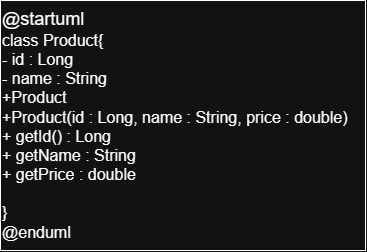
ginoja20250153-bot/products-api keeps this draw.io diagram as docs/uml/Product.png. Above is the earlier version. Source tidied: cells renumbered, new cells last; positions are measured from the earlier drawing's top-left corner, leaving out a move shared by most shapes.
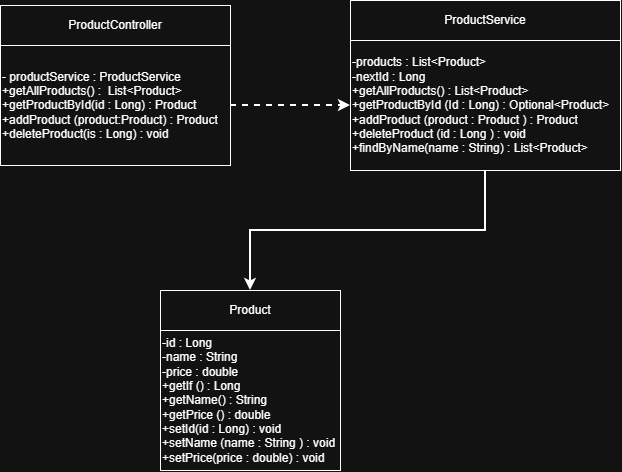
Later version of the same file.

Commit message:
ProductService with List - four CRUD endpoints working

Diff of the diagram source:
```diff
@@ -2,8 +2,32 @@
   <root>
     <mxCell id="0" />
     <mxCell id="1" parent="0" />
+    <mxCell id="3" style="edgeStyle=orthogonalEdgeStyle;rounded=0;orthogonalLoop=1;jettySize=auto;html=1;exitX=1;exitY=0.5;exitDx=0;exitDy=0;entryX=1;entryY=0.5;entryDx=0;entryDy=0;" parent="1" edge="1" source="2" target="2">
+      <mxGeometry relative="1" as="geometry" />
+    </mxCell>
+    <mxCell id="4" style="edgeStyle=orthogonalEdgeStyle;rounded=0;jettySize=auto;html=1;entryX=0;entryY=0.5;entryDx=0;entryDy=0;strokeWidth=2;dashed=1;" parent="1" edge="1" source="2" target="8">
+      <mxGeometry relative="1" as="geometry" />
+    </mxCell>
-    <mxCell id="2" value="&lt;font style=&quot;font-size: 18px;&quot;&gt;@startuml&lt;/font&gt;&lt;div&gt;&lt;font size=&quot;3&quot;&gt;class Product{&lt;/font&gt;&lt;/div&gt;&lt;div&gt;&lt;font size=&quot;3&quot;&gt;- id : Long&lt;/font&gt;&lt;/div&gt;&lt;div&gt;&lt;font size=&quot;3&quot;&gt;- name : String&lt;/font&gt;&lt;/div&gt;&lt;div&gt;&lt;font size=&quot;3&quot;&gt;+Product&lt;/font&gt;&lt;/div&gt;&lt;div&gt;&lt;font size=&quot;3&quot;&gt;+Product(id : Long, name : String, price : double)&lt;/font&gt;&lt;/div&gt;&lt;div&gt;&lt;font size=&quot;3&quot;&gt;+ getId() : Long&lt;/font&gt;&lt;/div&gt;&lt;div&gt;&lt;font size=&quot;3&quot;&gt;+ getName : String&lt;/font&gt;&lt;/div&gt;&lt;div&gt;&lt;font size=&quot;3&quot;&gt;+ getPrice : double&lt;/font&gt;&lt;/div&gt;&lt;div&gt;&lt;font size=&quot;3&quot;&gt;&lt;br&gt;&lt;/font&gt;&lt;/div&gt;&lt;div&gt;&lt;font size=&quot;3&quot;&gt;}&lt;/font&gt;&lt;/div&gt;&lt;div&gt;&lt;font size=&quot;3&quot;&gt;@enduml&lt;/font&gt;&lt;/div&gt;" style="whiteSpace=wrap;html=1;align=left;" parent="1" vertex="1">
-      <mxGeometry width="365" height="250" as="geometry" />
+    <mxCell id="2" value="- productService : ProductService&lt;div&gt;+getAllProducts() :&amp;nbsp; List&amp;lt;Product&amp;gt;&lt;/div&gt;&lt;div&gt;+getProductById(id : Long) : Product&lt;/div&gt;&lt;div&gt;+addProduct (product:Product) : Product&lt;/div&gt;&lt;div&gt;+deleteProduct(is : Long) : void&lt;/div&gt;" style="whiteSpace=wrap;html=1;align=left;" parent="1" vertex="1">
+      <mxGeometry width="230" height="120" as="geometry" />
     </mxCell>
+    <mxCell id="5" value="ProductController" style="rounded=0;whiteSpace=wrap;html=1;" parent="1" vertex="1">
+      <mxGeometry y="-40" width="230" height="40" as="geometry" />
+    </mxCell>
+    <mxCell id="6" value="ProductService" style="rounded=0;whiteSpace=wrap;html=1;" parent="1" vertex="1">
+      <mxGeometry x="350" y="-45" width="270" height="40" as="geometry" />
+    </mxCell>
+    <mxCell id="7" style="edgeStyle=orthogonalEdgeStyle;rounded=0;jettySize=auto;html=1;exitX=0.5;exitY=1;exitDx=0;exitDy=0;entryX=0.5;entryY=0;entryDx=0;entryDy=0;strokeWidth=2;" parent="1" edge="1" source="8" target="9">
+      <mxGeometry relative="1" as="geometry" />
+    </mxCell>
+    <mxCell id="8" value="-products : List&amp;lt;Product&amp;gt;&lt;div&gt;-nextId : Long&lt;/div&gt;&lt;div&gt;+getAllProducts() : List&amp;lt;Product&amp;gt;&lt;/div&gt;&lt;div&gt;+getProductById (Id : Long) : Optional&amp;lt;Product&amp;gt;&lt;/div&gt;&lt;div&gt;+addProduct (product : Product ) : Product&lt;/div&gt;&lt;div&gt;+deleteProduct (id : Long ) : void&lt;/div&gt;&lt;div&gt;+findByName(name : String) : List&amp;lt;Product&amp;gt;&lt;/div&gt;" style="whiteSpace=wrap;html=1;align=left;" parent="1" vertex="1">
+      <mxGeometry x="350" y="-5" width="270" height="130" as="geometry" />
+    </mxCell>
+    <mxCell id="9" value="Product" style="whiteSpace=wrap;html=1;" parent="1" vertex="1">
+      <mxGeometry x="160" y="245" width="180" height="40" as="geometry" />
+    </mxCell>
+    <mxCell id="10" value="-id : Long&lt;div&gt;-name : String&lt;/div&gt;&lt;div&gt;-price : double&lt;/div&gt;&lt;div&gt;+getIf () : Long&lt;/div&gt;&lt;div&gt;+getName() : String&lt;/div&gt;&lt;div&gt;+getPrice () : double&lt;/div&gt;&lt;div&gt;+setId(id : Long) : void&lt;/div&gt;&lt;div&gt;+setName (name : String ) : void&lt;/div&gt;&lt;div&gt;+setPrice(price : double) : void&lt;/div&gt;" style="whiteSpace=wrap;html=1;align=left;" parent="1" vertex="1">
+      <mxGeometry x="160" y="285" width="180" height="140" as="geometry" />
+    </mxCell>
   </root>
 </mxGraphModel>
```
